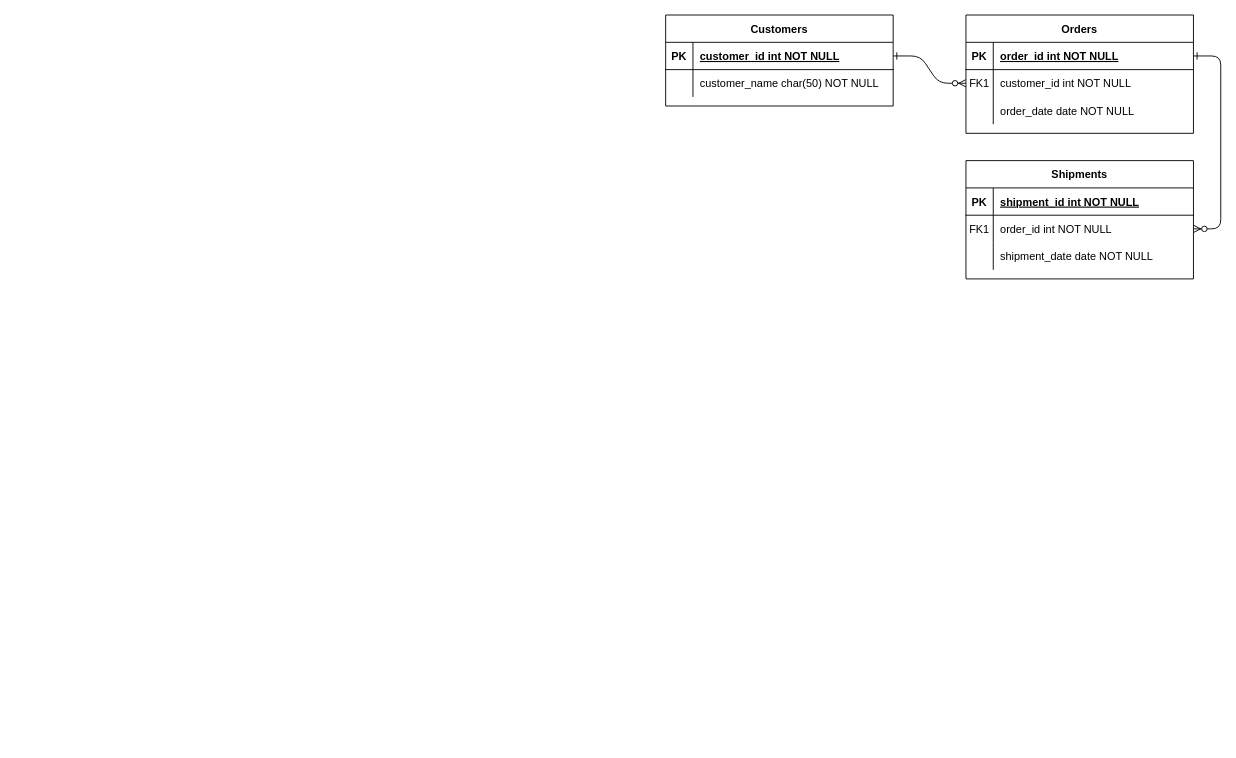
0liu0/ssm_draw.io keeps this draw.io diagram as 物料主数据查询.drawio. Above is the earlier version. Source tidied: cells renumbered, new cells numbered last; positions are measured from the earlier drawing's top-left corner, leaving out a move shared by most shapes. Both pictures are drawn from the tidied source at 91%, with x=0, y=0 at pixel (665, 15).
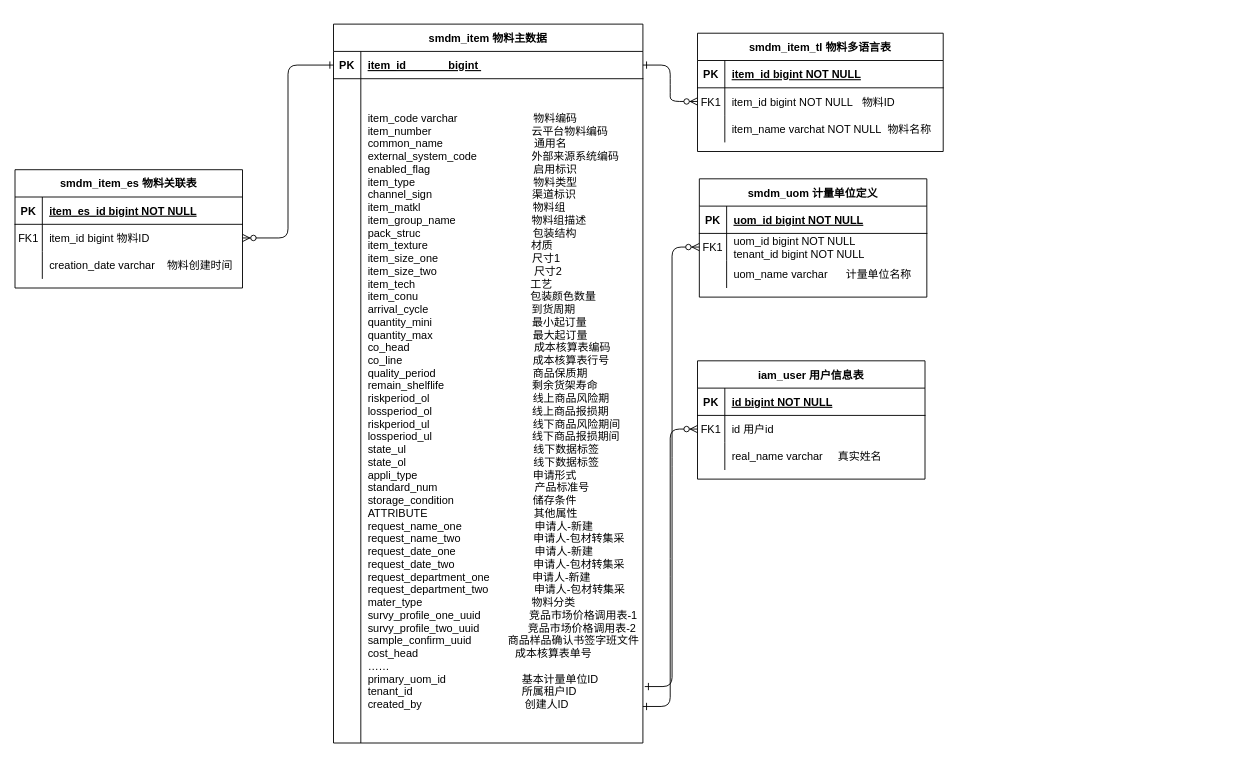
After the change.

Commit message:
更新物料主数据查询.drawio

The change refers to these unchanged cells:
```xml
<mxCell id="15" style="shape=partialRectangle;fillColor=none;top=0;left=0;right=0;bottom=1;" parent="14" vertex="1">
  <mxGeometry y="30" width="250" height="30" as="geometry" />
</mxCell>
<mxCell id="18" style="shape=partialRectangle;fillColor=none;points=[[0,0.5],[1,0.5]];portConstraint=eastwest;top=0;left=0;right=0;bottom=0;" parent="14" vertex="1">
  <mxGeometry y="60" width="250" height="30" as="geometry" />
</mxCell>
<mxCell id="21" style="shape=partialRectangle;fillColor=none;top=0;left=0;right=0;bottom=0;" parent="14" vertex="1">
  <mxGeometry y="90" width="250" height="30" as="geometry" />
</mxCell>
```

Diff of the diagram source:
```diff
@@
-    <mxCell id="3" style="edgeStyle=entityRelationEdgeStyle;endArrow=ERzeroToMany;startArrow=ERone;endFill=1;startFill=0;" parent="1" edge="1" source="5" target="18">
+    <mxCell id="3" style="edgeStyle=entityRelationEdgeStyle;endArrow=ERzeroToMany;startArrow=ERone;endFill=1;startFill=0;entryX=0;entryY=0.5;entryDx=0;entryDy=0;exitX=1.006;exitY=0.915;exitDx=0;exitDy=0;exitPerimeter=0;" parent="1" edge="1" source="28" target="18">
       <mxGeometry relative="1" as="geometry" />
     </mxCell>
-    <mxCell id="4" value="Orders" style="shape=table;startSize=30;childLayout=tableLayout;rowLines=0;fontStyle=1;align=center;" parent="1" vertex="1">
-      <mxGeometry x="330" width="250" height="130" as="geometry" />
+    <mxCell id="4" value="smdm_item_tl  物料多语言表" style="shape=table;startSize=30;childLayout=tableLayout;rowLines=0;fontStyle=1;align=center;" parent="1" vertex="1">
+      <mxGeometry x="35" y="20" width="270" height="130" as="geometry" />
     </mxCell>
     <mxCell id="5" style="shape=partialRectangle;fillColor=none;points=[[0,0.5],[1,0.5]];portConstraint=eastwest;top=0;left=0;right=0;bottom=1;" parent="4" vertex="1">
-      <mxGeometry y="30" width="250" height="30" as="geometry" />
+      <mxGeometry y="30" width="270" height="30" as="geometry" />
     </mxCell>
@@
-    <mxCell id="7" value="order_id int NOT NULL " style="shape=partialRectangle;overflow=hidden;fillColor=none;top=0;left=0;bottom=0;right=0;align=left;spacingLeft=6;fontStyle=5;" parent="5" vertex="1">
-      <mxGeometry x="30" width="220" height="30" as="geometry" />
+    <mxCell id="7" value="item_id bigint NOT NULL " style="shape=partialRectangle;overflow=hidden;fillColor=none;top=0;left=0;bottom=0;right=0;align=left;spacingLeft=6;fontStyle=5;" parent="5" vertex="1">
+      <mxGeometry x="30" width="240" height="30" as="geometry" />
     </mxCell>
     <mxCell id="8" style="shape=partialRectangle;fillColor=none;points=[[0,0.5],[1,0.5]];portConstraint=eastwest;top=0;left=0;right=0;bottom=0;" parent="4" vertex="1">
-      <mxGeometry y="60" width="250" height="30" as="geometry" />
+      <mxGeometry y="60" width="270" height="30" as="geometry" />
     </mxCell>
@@
-    <mxCell id="10" value="customer_id int NOT NULL" style="shape=partialRectangle;overflow=hidden;fillColor=none;top=0;left=0;bottom=0;right=0;align=left;spacingLeft=6;" parent="8" vertex="1">
-      <mxGeometry x="30" width="220" height="30" as="geometry" />
+    <mxCell id="10" value="item_id bigint NOT NULL   物料ID" style="shape=partialRectangle;overflow=hidden;fillColor=none;top=0;left=0;bottom=0;right=0;align=left;spacingLeft=6;" parent="8" vertex="1">
+      <mxGeometry x="30" width="240" height="30" as="geometry" />
     </mxCell>
     <mxCell id="11" style="shape=partialRectangle;fillColor=none;top=0;left=0;right=0;bottom=0;" parent="4" vertex="1">
-      <mxGeometry y="90" width="250" height="30" as="geometry" />
+      <mxGeometry y="90" width="270" height="30" as="geometry" />
     </mxCell>
@@
-    <mxCell id="13" value="order_date date NOT NULL" style="shape=partialRectangle;overflow=hidden;fillColor=none;top=0;left=0;bottom=0;right=0;align=left;spacingLeft=6;" parent="11" vertex="1">
-      <mxGeometry x="30" width="220" height="30" as="geometry" />
+    <mxCell id="13" value="item_name varchat NOT NULL  物料名称" style="shape=partialRectangle;overflow=hidden;fillColor=none;top=0;left=0;bottom=0;right=0;align=left;spacingLeft=6;" parent="11" vertex="1">
+      <mxGeometry x="30" width="240" height="30" as="geometry" />
     </mxCell>
-    <mxCell id="14" value="Shipments" style="shape=table;startSize=30;childLayout=tableLayout;rowLines=0;fontStyle=1;align=center;" parent="1" vertex="1">
-      <mxGeometry x="330" y="160" width="250" height="130" as="geometry" />
+    <mxCell id="14" value="smdm_uom  计量单位定义" style="shape=table;startSize=30;childLayout=tableLayout;rowLines=0;fontStyle=1;align=center;" parent="1" vertex="1">
+      <mxGeometry x="37" y="180" width="250" height="130" as="geometry" />
     </mxCell>
@@
-    <mxCell id="17" value="shipment_id int NOT NULL " style="shape=partialRectangle;overflow=hidden;fillColor=none;top=0;left=0;bottom=0;right=0;align=left;spacingLeft=6;fontStyle=5;" parent="15" vertex="1">
+    <mxCell id="17" value="uom_id bigint NOT NULL " style="shape=partialRectangle;overflow=hidden;fillColor=none;top=0;left=0;bottom=0;right=0;align=left;spacingLeft=6;fontStyle=5;" parent="15" vertex="1">
       <mxGeometry x="30" width="220" height="30" as="geometry" />
     </mxCell>
@@
-    <mxCell id="20" value="order_id int NOT NULL" style="shape=partialRectangle;overflow=hidden;fillColor=none;top=0;left=0;bottom=0;right=0;align=left;spacingLeft=6;" parent="18" vertex="1">
+    <mxCell id="20" value="uom_id bigint NOT NULL&#10;tenant_id bigint NOT NULL" style="shape=partialRectangle;overflow=hidden;fillColor=none;top=0;left=0;bottom=0;right=0;align=left;spacingLeft=6;" parent="18" vertex="1">
       <mxGeometry x="30" width="220" height="30" as="geometry" />
     </mxCell>
@@
-    <mxCell id="23" value="shipment_date date NOT NULL" style="shape=partialRectangle;overflow=hidden;fillColor=none;top=0;left=0;bottom=0;right=0;align=left;spacingLeft=6;" parent="21" vertex="1">
+    <mxCell id="23" value="uom_name varchar      计量单位名称" style="shape=partialRectangle;overflow=hidden;fillColor=none;top=0;left=0;bottom=0;right=0;align=left;spacingLeft=6;" parent="21" vertex="1">
       <mxGeometry x="30" width="220" height="30" as="geometry" />
     </mxCell>
-    <mxCell id="24" value="Customers" style="shape=table;startSize=30;childLayout=tableLayout;rowLines=0;fontStyle=1;align=center;" parent="1" vertex="1">
-      <mxGeometry width="250" height="100" as="geometry" />
+    <mxCell id="24" value="smdm_item 物料主数据" style="shape=table;startSize=30;childLayout=tableLayout;rowLines=0;fontStyle=1;align=center;" parent="1" vertex="1">
+      <mxGeometry x="-365" y="10" width="340" height="790" as="geometry" />
     </mxCell>
     <mxCell id="25" style="shape=partialRectangle;fillColor=none;points=[[0,0.5],[1,0.5]];portConstraint=eastwest;top=0;left=0;right=0;bottom=1;" parent="24" vertex="1">
-      <mxGeometry y="30" width="250" height="30" as="geometry" />
+      <mxGeometry y="30" width="340" height="30" as="geometry" />
     </mxCell>
@@
-    <mxCell id="27" value="customer_id int NOT NULL " style="shape=partialRectangle;overflow=hidden;fillColor=none;top=0;left=0;bottom=0;right=0;align=left;spacingLeft=6;fontStyle=5;" parent="25" vertex="1">
-      <mxGeometry x="30" width="220" height="30" as="geometry" />
+    <mxCell id="27" value="item_id              bigint " style="shape=partialRectangle;overflow=hidden;fillColor=none;top=0;left=0;bottom=0;right=0;align=left;spacingLeft=6;fontStyle=5;" parent="25" vertex="1">
+      <mxGeometry x="30" width="310" height="30" as="geometry" />
     </mxCell>
     <mxCell id="28" style="shape=partialRectangle;fillColor=none;points=[[0,0.5],[1,0.5]];portConstraint=eastwest;top=0;left=0;right=0;bottom=0;" parent="24" vertex="1">
-      <mxGeometry y="60" width="250" height="30" as="geometry" />
+      <mxGeometry y="60" width="340" height="730" as="geometry" />
     </mxCell>
     <mxCell id="29" style="shape=partialRectangle;overflow=hidden;fillColor=none;top=0;left=0;bottom=0;right=0;" parent="28" vertex="1">
-      <mxGeometry width="30" height="30" as="geometry" />
+      <mxGeometry width="30" height="730" as="geometry" />
     </mxCell>
-    <mxCell id="30" value="customer_name char(50) NOT NULL" style="shape=partialRectangle;overflow=hidden;fillColor=none;top=0;left=0;bottom=0;right=0;align=left;spacingLeft=6;" parent="28" vertex="1">
-      <mxGeometry x="30" width="220" height="30" as="geometry" />
+    <mxCell id="30" value="item_code varchar                         物料编码&#10;item_number                                 云平台物料编码&#10;common_name                              通用名&#10;external_system_code                  外部来源系统编码&#10;enabled_flag                                  启用标识&#10;item_type                                       物料类型&#10;channel_sign                                 渠道标识&#10;item_matkl                                     物料组&#10;item_group_name                         物料组描述&#10;pack_struc                                     包装结构&#10;item_texture                                  材质 &#10;item_size_one                               尺寸1 &#10;item_size_two                                尺寸2 &#10;item_tech                                      工艺 &#10;item_conu                                     包装颜色数量&#10;arrival_cycle                                  到货周期&#10;quantity_mini                                 最小起订量&#10;quantity_max                                 最大起订量&#10;co_head                                         成本核算表编码&#10;co_line                                           成本核算表行号&#10;quality_period                                商品保质期&#10;remain_shelflife                             剩余货架寿命&#10;riskperiod_ol                                  线上商品风险期&#10;lossperiod_ol                                 线上商品报损期&#10;riskperiod_ul                                  线下商品风险期间&#10;lossperiod_ul                                 线下商品报损期间&#10;state_ul                                          线下数据标签&#10;state_ol                                          线下数据标签&#10;appli_type                                      申请形式&#10;standard_num                                产品标准号&#10;storage_condition                          储存条件&#10;ATTRIBUTE                                   其他属性&#10;request_name_one                        申请人-新建&#10;request_name_two                        申请人-包材转集采&#10;request_date_one                          申请人-新建&#10;request_date_two                          申请人-包材转集采&#10;request_department_one              申请人-新建&#10;request_department_two               申请人-包材转集采&#10;mater_type                                    物料分类&#10;survy_profile_one_uuid                竞品市场价格调用表-1&#10;survy_profile_two_uuid                竞品市场价格调用表-2&#10;sample_confirm_uuid            商品样品确认书签字班文件&#10;cost_head                                成本核算表单号&#10;……&#10;primary_uom_id                         基本计量单位ID&#10;tenant_id                                    所属租户ID&#10;created_by                                  创建人ID" style="shape=partialRectangle;overflow=hidden;fillColor=none;top=0;left=0;bottom=0;right=0;align=left;spacingLeft=6;" parent="28" vertex="1">
+      <mxGeometry x="30" width="310" height="730" as="geometry" />
     </mxCell>
+    <mxCell id="31" value="iam_user  用户信息表" style="shape=table;startSize=30;childLayout=tableLayout;rowLines=0;fontStyle=1;align=center;" parent="1" vertex="1">
+      <mxGeometry x="35" y="380" width="250" height="130" as="geometry" />
+    </mxCell>
+    <mxCell id="32" style="shape=partialRectangle;fillColor=none;top=0;left=0;right=0;bottom=1;" parent="31" vertex="1">
+      <mxGeometry y="30" width="250" height="30" as="geometry" />
+    </mxCell>
+    <mxCell id="33" value="PK" style="shape=partialRectangle;overflow=hidden;fillColor=none;top=0;left=0;bottom=0;right=0;fontStyle=1;" parent="32" vertex="1">
+      <mxGeometry width="30" height="30" as="geometry" />
+    </mxCell>
+    <mxCell id="34" value="id bigint NOT NULL " style="shape=partialRectangle;overflow=hidden;fillColor=none;top=0;left=0;bottom=0;right=0;align=left;spacingLeft=6;fontStyle=5;" parent="32" vertex="1">
+      <mxGeometry x="30" width="220" height="30" as="geometry" />
+    </mxCell>
+    <mxCell id="35" style="shape=partialRectangle;fillColor=none;points=[[0,0.5],[1,0.5]];portConstraint=eastwest;top=0;left=0;right=0;bottom=0;" parent="31" vertex="1">
+      <mxGeometry y="60" width="250" height="30" as="geometry" />
+    </mxCell>
+    <mxCell id="36" value="FK1" style="shape=partialRectangle;overflow=hidden;fillColor=none;top=0;left=0;bottom=0;right=0;" parent="35" vertex="1">
+      <mxGeometry width="30" height="30" as="geometry" />
+    </mxCell>
+    <mxCell id="37" value="id  用户id" style="shape=partialRectangle;overflow=hidden;fillColor=none;top=0;left=0;bottom=0;right=0;align=left;spacingLeft=6;" parent="35" vertex="1">
+      <mxGeometry x="30" width="220" height="30" as="geometry" />
+    </mxCell>
+    <mxCell id="38" style="shape=partialRectangle;fillColor=none;top=0;left=0;right=0;bottom=0;" parent="31" vertex="1">
+      <mxGeometry y="90" width="250" height="30" as="geometry" />
+    </mxCell>
+    <mxCell id="39" style="shape=partialRectangle;overflow=hidden;fillColor=none;top=0;left=0;bottom=0;right=0;" parent="38" vertex="1">
+      <mxGeometry width="30" height="30" as="geometry" />
+    </mxCell>
+    <mxCell id="40" value="real_name varchar     真实姓名" style="shape=partialRectangle;overflow=hidden;fillColor=none;top=0;left=0;bottom=0;right=0;align=left;spacingLeft=6;" parent="38" vertex="1">
+      <mxGeometry x="30" width="220" height="30" as="geometry" />
+    </mxCell>
+    <mxCell id="41" style="edgeStyle=entityRelationEdgeStyle;endArrow=ERzeroToMany;startArrow=ERone;endFill=1;startFill=0;entryX=0;entryY=0.5;entryDx=0;entryDy=0;exitX=1;exitY=0.945;exitDx=0;exitDy=0;exitPerimeter=0;" parent="1" edge="1" source="28" target="35">
+      <mxGeometry relative="1" as="geometry" />
+    </mxCell>
+    <mxCell id="42" value="smdm_item_es  物料关联表" style="shape=table;startSize=30;childLayout=tableLayout;rowLines=0;fontStyle=1;align=center;" parent="1" vertex="1">
+      <mxGeometry x="-715" y="170" width="250" height="130" as="geometry" />
+    </mxCell>
+    <mxCell id="43" style="shape=partialRectangle;fillColor=none;top=0;left=0;right=0;bottom=1;" parent="42" vertex="1">
+      <mxGeometry y="30" width="250" height="30" as="geometry" />
+    </mxCell>
+    <mxCell id="44" value="PK" style="shape=partialRectangle;overflow=hidden;fillColor=none;top=0;left=0;bottom=0;right=0;fontStyle=1;" parent="43" vertex="1">
+      <mxGeometry width="30" height="30" as="geometry" />
+    </mxCell>
+    <mxCell id="45" value="item_es_id bigint NOT NULL " style="shape=partialRectangle;overflow=hidden;fillColor=none;top=0;left=0;bottom=0;right=0;align=left;spacingLeft=6;fontStyle=5;" parent="43" vertex="1">
+      <mxGeometry x="30" width="220" height="30" as="geometry" />
+    </mxCell>
+    <mxCell id="46" style="shape=partialRectangle;fillColor=none;points=[[0,0.5],[1,0.5]];portConstraint=eastwest;top=0;left=0;right=0;bottom=0;" parent="42" vertex="1">
+      <mxGeometry y="60" width="250" height="30" as="geometry" />
+    </mxCell>
+    <mxCell id="47" value="FK1" style="shape=partialRectangle;overflow=hidden;fillColor=none;top=0;left=0;bottom=0;right=0;" parent="46" vertex="1">
+      <mxGeometry width="30" height="30" as="geometry" />
+    </mxCell>
+    <mxCell id="48" value="item_id  bigint  物料ID" style="shape=partialRectangle;overflow=hidden;fillColor=none;top=0;left=0;bottom=0;right=0;align=left;spacingLeft=6;" parent="46" vertex="1">
+      <mxGeometry x="30" width="220" height="30" as="geometry" />
+    </mxCell>
+    <mxCell id="49" style="shape=partialRectangle;fillColor=none;top=0;left=0;right=0;bottom=0;" parent="42" vertex="1">
+      <mxGeometry y="90" width="250" height="30" as="geometry" />
+    </mxCell>
+    <mxCell id="50" style="shape=partialRectangle;overflow=hidden;fillColor=none;top=0;left=0;bottom=0;right=0;" parent="49" vertex="1">
+      <mxGeometry width="30" height="30" as="geometry" />
+    </mxCell>
+    <mxCell id="51" value="creation_date varchar    物料创建时间" style="shape=partialRectangle;overflow=hidden;fillColor=none;top=0;left=0;bottom=0;right=0;align=left;spacingLeft=6;" parent="49" vertex="1">
+      <mxGeometry x="30" width="220" height="30" as="geometry" />
+    </mxCell>
+    <mxCell id="52" style="edgeStyle=elbowEdgeStyle;endArrow=ERzeroToMany;startArrow=ERone;endFill=1;startFill=0;exitX=0;exitY=0.5;exitDx=0;exitDy=0;entryX=1;entryY=0.5;entryDx=0;entryDy=0;" parent="1" edge="1" source="25" target="46">
+      <mxGeometry relative="1" as="geometry" />
+    </mxCell>
```
